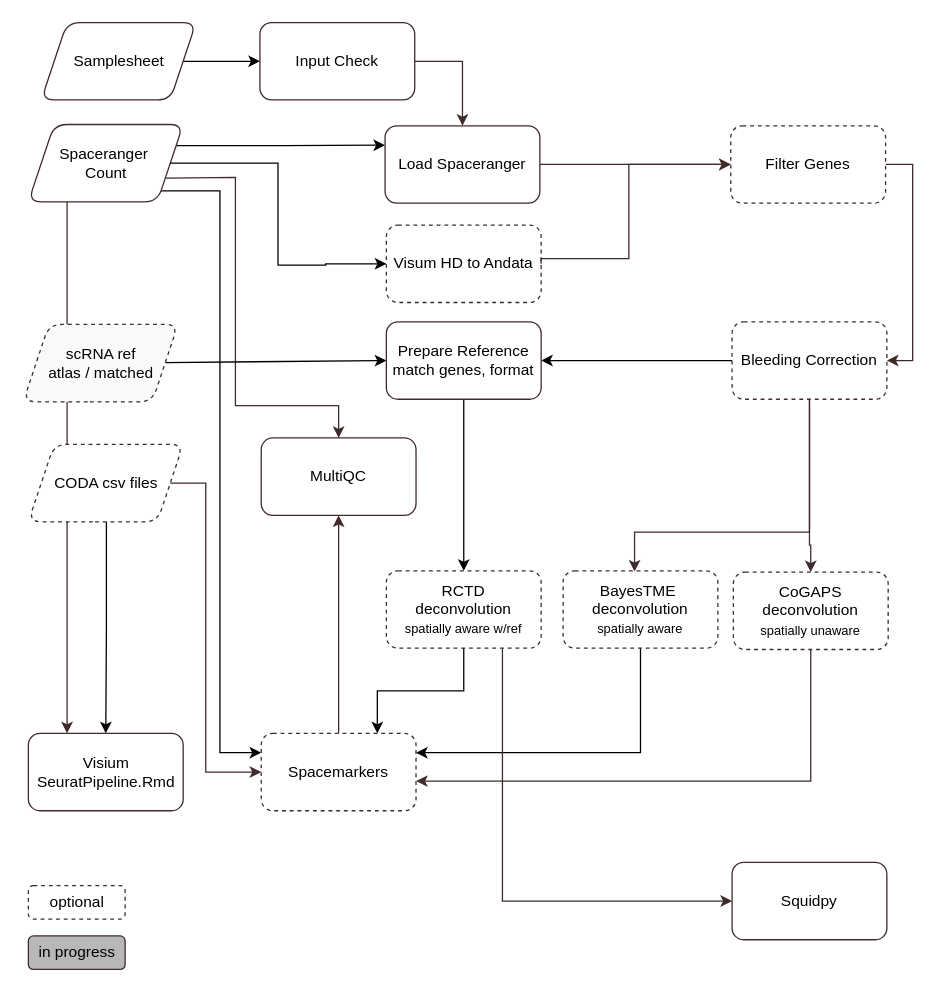
break-through-cancer/btc-spatial-pipelines keeps this draw.io diagram as assets/btc-visium.drawio. Above is the earlier version. Source tidied: cells renumbered, new cells numbered last; positions are measured from the earlier drawing's top-left corner, leaving out a move shared by most shapes. Both pictures are drawn from the tidied source at 129%, with x=0, y=0 at pixel (22, 22).
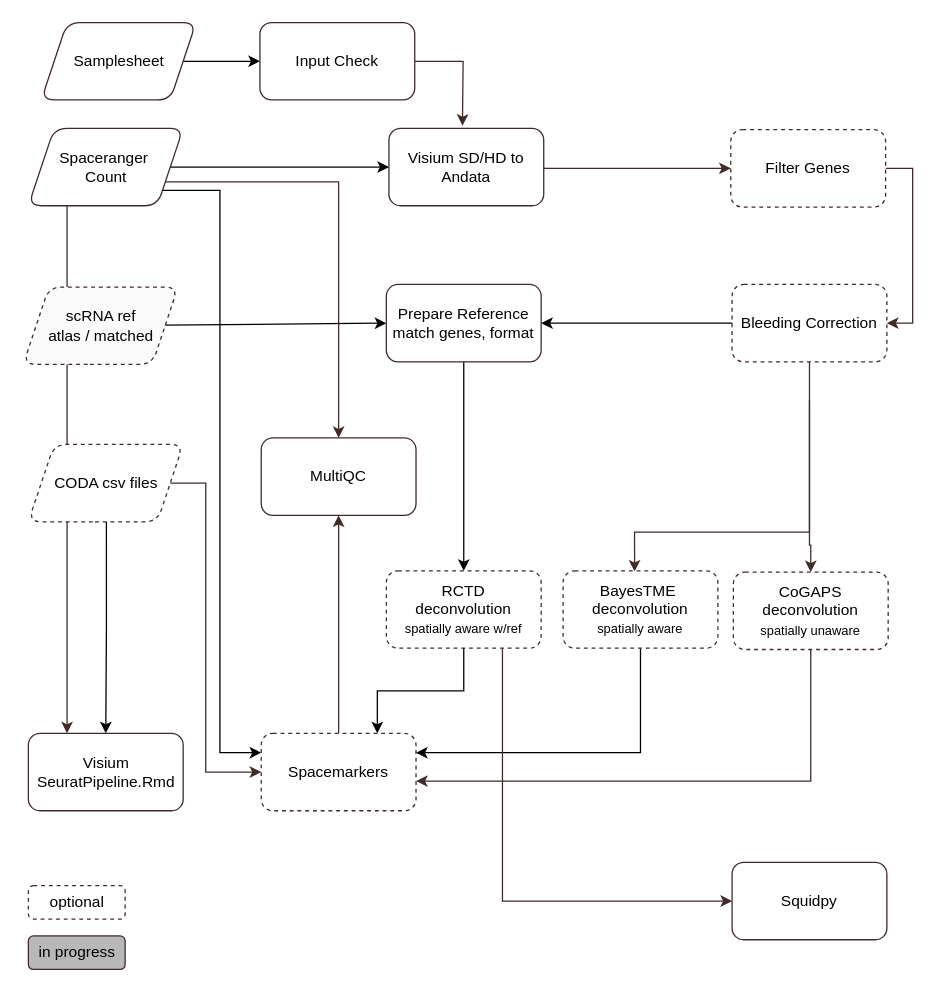
The same page after the edit.

Commit message (it also covers changes not shown here):
adjust visium to anndata for bayestme compatibility

Unchanged cells that the change refers to:
```xml
<mxCell id="8" value="Input Check" style="rounded=1;whiteSpace=wrap;html=1;strokeColor=#3F2B29;" parent="1" vertex="1">
  <mxGeometry x="184" width="120" height="60" as="geometry" />
</mxCell>
<mxCell id="22" value="MultiQC" style="rounded=1;whiteSpace=wrap;html=1;strokeColor=#3F2B29;" parent="1" vertex="1">
  <mxGeometry x="185" y="322" width="120" height="60" as="geometry" />
</mxCell>
```

What changed in the source:
```diff
@@
     <mxCell id="3" style="edgeStyle=orthogonalEdgeStyle;rounded=0;jettySize=auto;html=1;strokeColor=#3F2B29;exitX=1;exitY=0.75;exitDx=0;exitDy=0;" parent="1" edge="1" source="6" target="22">
       <mxGeometry relative="1" as="geometry">
         <Array as="points">
-          <mxPoint x="112" y="120" />
-          <mxPoint x="165" y="120" />
-          <mxPoint x="165" y="297" />
-          <mxPoint x="245" y="297" />
+          <mxPoint x="245" y="124" />
         </Array>
       </mxGeometry>
     </mxCell>
@@
-    <mxCell id="5" style="edgeStyle=orthogonalEdgeStyle;rounded=0;jettySize=auto;html=1;exitX=1;exitY=0.25;exitDx=0;exitDy=0;entryX=0;entryY=0.25;entryDx=0;entryDy=0;" parent="1" edge="1" source="6" target="10">
-      <mxGeometry relative="1" as="geometry" />
-    </mxCell>
     <mxCell id="6" value="Spaceranger&amp;nbsp;&lt;div&gt;Count&lt;/div&gt;" style="rounded=1;whiteSpace=wrap;html=1;strokeColor=#3F2B29;shape=parallelogram;boundedLbl=1;perimeter=parallelogramPerimeter;fixedSize=1;" parent="1" vertex="1">
-      <mxGeometry x="4.5" y="79" width="120" height="60" as="geometry" />
+      <mxGeometry x="4.5" y="82" width="120" height="60" as="geometry" />
     </mxCell>
-    <mxCell id="7" style="edgeStyle=orthogonalEdgeStyle;rounded=0;jettySize=auto;html=1;strokeColor=#3F2B29;exitX=1;exitY=0.5;exitDx=0;exitDy=0;" parent="1" edge="1" source="8" target="10">
-      <mxGeometry relative="1" as="geometry" />
+    <mxCell id="7" style="edgeStyle=orthogonalEdgeStyle;rounded=0;jettySize=auto;html=1;strokeColor=#3F2B29;exitX=1;exitY=0.5;exitDx=0;exitDy=0;" parent="1" edge="1" source="8">
+      <mxGeometry relative="1" as="geometry">
+        <mxPoint x="341" y="80" as="targetPoint" />
+      </mxGeometry>
     </mxCell>
@@
-    <mxCell id="9" style="edgeStyle=orthogonalEdgeStyle;rounded=0;jettySize=auto;html=1;entryX=0;entryY=0.5;entryDx=0;entryDy=0;strokeColor=#3F2B29;" parent="1" edge="1" source="10" target="13">
-      <mxGeometry relative="1" as="geometry" />
-    </mxCell>
-    <mxCell id="10" value="Load Spaceranger" style="rounded=1;whiteSpace=wrap;html=1;strokeColor=#3F2B29;" parent="1" vertex="1">
-      <mxGeometry x="281" y="80" width="120" height="60" as="geometry" />
-    </mxCell>
@@
     <mxCell id="13" value="Filter Genes" style="rounded=1;whiteSpace=wrap;html=1;strokeColor=#3F2B29;dashed=1;" parent="1" vertex="1">
-      <mxGeometry x="549" y="80" width="120" height="60" as="geometry" />
+      <mxGeometry x="549" y="83" width="120" height="60" as="geometry" />
     </mxCell>
@@
     <mxCell id="25" value="Bleeding Correction" style="rounded=1;whiteSpace=wrap;html=1;strokeColor=#3F2B29;dashed=1;" parent="1" vertex="1">
-      <mxGeometry x="550" y="232" width="120" height="60" as="geometry" />
+      <mxGeometry x="550" y="203" width="120" height="60" as="geometry" />
     </mxCell>
@@
     <mxCell id="34" value="scRNA ref&lt;div&gt;atlas / matched&lt;/div&gt;" style="rounded=1;whiteSpace=wrap;html=1;fillColor=#FAFAFA;strokeColor=#3F2B29;shape=parallelogram;boundedLbl=1;perimeter=parallelogramPerimeter;fixedSize=1;dashed=1;" parent="1" vertex="1">
-      <mxGeometry x="0.5" y="234" width="120" height="60" as="geometry" />
+      <mxGeometry x="0.5" y="205" width="120" height="60" as="geometry" />
     </mxCell>
@@
     <mxCell id="36" value="Prepare Reference&lt;div&gt;match genes, format&lt;/div&gt;" style="rounded=1;whiteSpace=wrap;html=1;strokeColor=#3F2B29;fillColor=none;" parent="1" vertex="1">
-      <mxGeometry x="282" y="232" width="120" height="60" as="geometry" />
+      <mxGeometry x="282" y="203" width="120" height="60" as="geometry" />
     </mxCell>
@@
-    <mxCell id="40" value="Visum HD to Andata" style="rounded=1;whiteSpace=wrap;html=1;strokeColor=#3F2B29;dashed=1;" parent="1" vertex="1">
-      <mxGeometry x="282" y="157" width="120" height="60" as="geometry" />
+    <mxCell id="40" value="Visium SD/HD to Andata" style="rounded=1;whiteSpace=wrap;html=1;strokeColor=#3F2B29;dashed=0;" parent="1" vertex="1">
+      <mxGeometry x="284" y="82" width="120" height="60" as="geometry" />
     </mxCell>
     <mxCell id="41" style="edgeStyle=orthogonalEdgeStyle;rounded=0;jettySize=auto;html=1;exitX=1;exitY=0.5;exitDx=0;exitDy=0;entryX=0;entryY=0.5;entryDx=0;entryDy=0;" parent="1" edge="1" source="6" target="40">
-      <mxGeometry relative="1" as="geometry">
-        <Array as="points">
-          <mxPoint x="198" y="109" />
-          <mxPoint x="198" y="188" />
-          <mxPoint x="235" y="188" />
-        </Array>
-      </mxGeometry>
+      <mxGeometry relative="1" as="geometry" />
     </mxCell>
     <mxCell id="42" style="edgeStyle=orthogonalEdgeStyle;rounded=0;jettySize=auto;html=1;strokeColor=#3F2B29;exitX=1;exitY=0.5;exitDx=0;exitDy=0;entryX=0;entryY=0.5;entryDx=0;entryDy=0;" parent="1" edge="1" source="40" target="13">
       <mxGeometry relative="1" as="geometry">
         <Array as="points">
-          <mxPoint x="470" y="183" />
-          <mxPoint x="470" y="110" />
+          <mxPoint x="441" y="113" />
+          <mxPoint x="441" y="113" />
         </Array>
       </mxGeometry>
     </mxCell>
```
